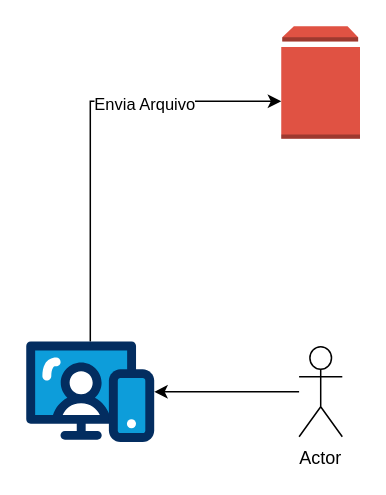
Above: Desafios de Projetos/Gerenciando Instâncias EC2 na AWS/Gerenciando Instâncias EC2 na AWS.drawio in NatashaB-randao/Santander-Code-Girls-2025 (draw.io), before the change. Source tidied: cells renumbered, new cells numbered last; positions are measured from the earlier drawing's top-left corner, leaving out a move shared by most shapes. Both pictures are drawn from the tidied source at 150%, with x=0, y=0 at pixel (26, 26).
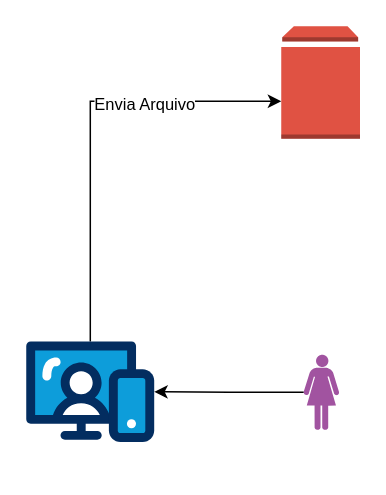
The same diagram, later.

The edit, as a diff of the source:
```diff
@@
 <mxGraphModel>
   <root>
     <mxCell id="0" />
     <mxCell id="1" parent="0" />
     <mxCell id="2" style="outlineConnect=0;dashed=0;verticalLabelPosition=bottom;verticalAlign=top;align=center;html=1;shape=mxgraph.aws3.volume;fillColor=#E05243;gradientColor=none;" parent="1" vertex="1">
       <mxGeometry x="170" width="52.5" height="75" as="geometry" />
     </mxCell>
     <mxCell id="3" style="edgeStyle=orthogonalEdgeStyle;rounded=0;jettySize=auto;html=1;" parent="1" edge="1" source="5" target="2">
       <mxGeometry relative="1" as="geometry">
         <Array as="points">
           <mxPoint x="43" y="50" />
         </Array>
       </mxGeometry>
     </mxCell>
     <mxCell id="4" value="Envia Arquivo" style="edgeLabel;html=1;align=center;verticalAlign=middle;" parent="3" vertex="1">
       <mxGeometry x="0.36" y="-1" relative="1" as="geometry" />
     </mxCell>
     <mxCell id="5" style="verticalLabelPosition=bottom;html=1;shape=mxgraph.salesforce.web;fillColorStyles=fillColor2,fillColor3,fillColor4;fillColor2=#032d60;fillColor3=#0d9dda;fillColor4=#ffffff;fillColor=none;strokeColor=none;" parent="1" vertex="1">
       <mxGeometry y="210" width="85.3" height="67.4" as="geometry" />
     </mxCell>
-    <mxCell id="6" style="edgeStyle=orthogonalEdgeStyle;rounded=0;jettySize=auto;html=1;" parent="1" edge="1" source="7" target="5">
+    <mxCell id="6" style="edgeStyle=orthogonalEdgeStyle;rounded=0;jettySize=auto;html=1;" parent="1" edge="1" source="8" target="5">
       <mxGeometry relative="1" as="geometry" />
     </mxCell>
-    <mxCell id="7" value="Actor" style="shape=umlActor;verticalLabelPosition=bottom;verticalAlign=top;html=1;outlineConnect=0;" parent="1" vertex="1">
-      <mxGeometry x="181.9" y="213.7" width="28.8" height="60" as="geometry" />
-    </mxCell>
+    <mxCell id="8" style="verticalLabelPosition=bottom;sketch=0;html=1;fillColor=#A153A0;verticalAlign=top;align=center;shape=mxgraph.cisco_safe.design.actor_1;" parent="1" vertex="1">
+      <mxGeometry x="185" y="219" width="23.5" height="50" as="geometry" />
+    </mxCell>
   </root>
 </mxGraphModel>
```
